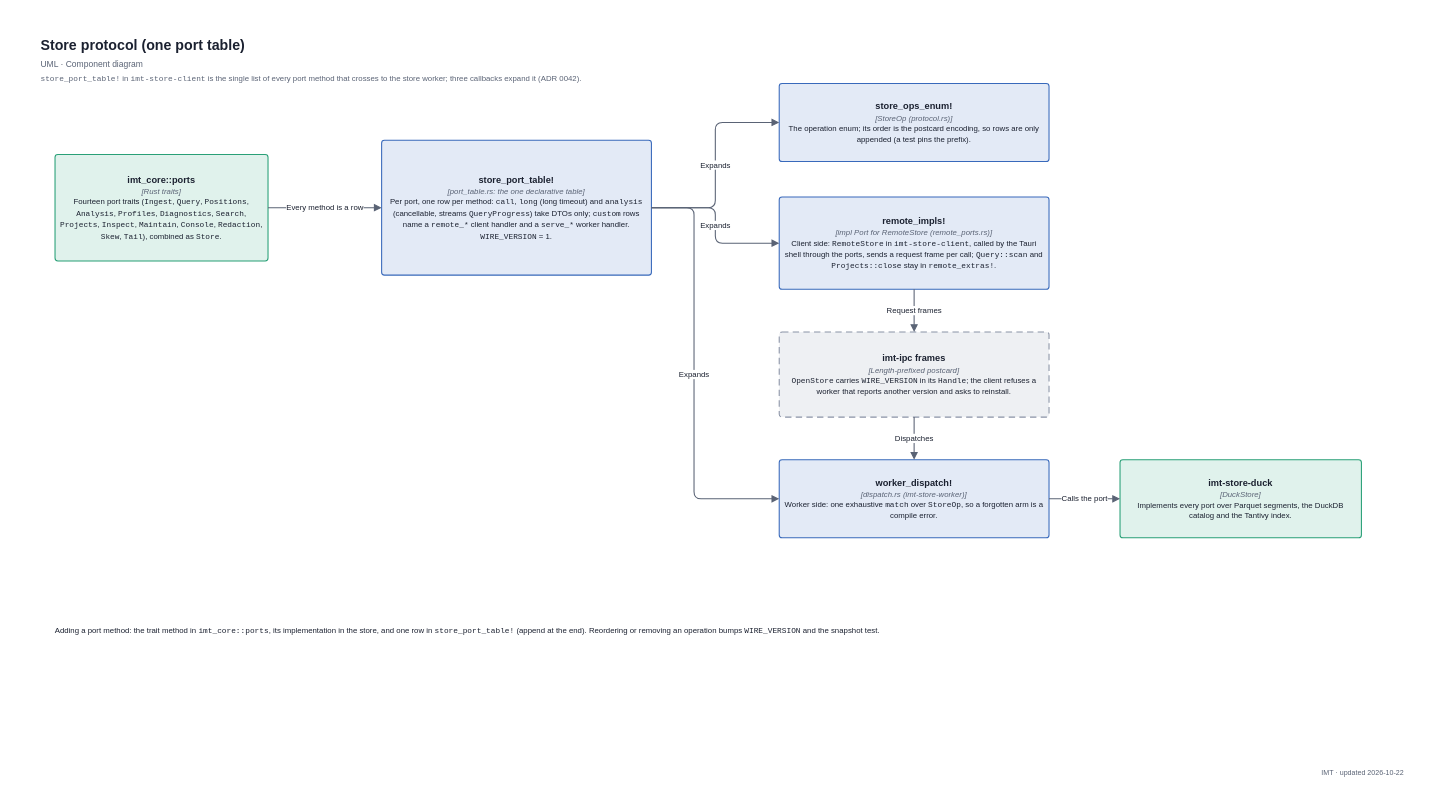
Above: docs/diagrams/uml-component-store-protocol.drawio in decryp7/integrated_maintenance_tool (draw.io), before the change. Source tidied: cells renumbered, new cells numbered last; positions are measured from the earlier drawing's top-left corner, leaving out a move shared by most shapes. Both pictures are drawn from the tidied source at 71%, with x=0, y=0 at pixel (12, 12).
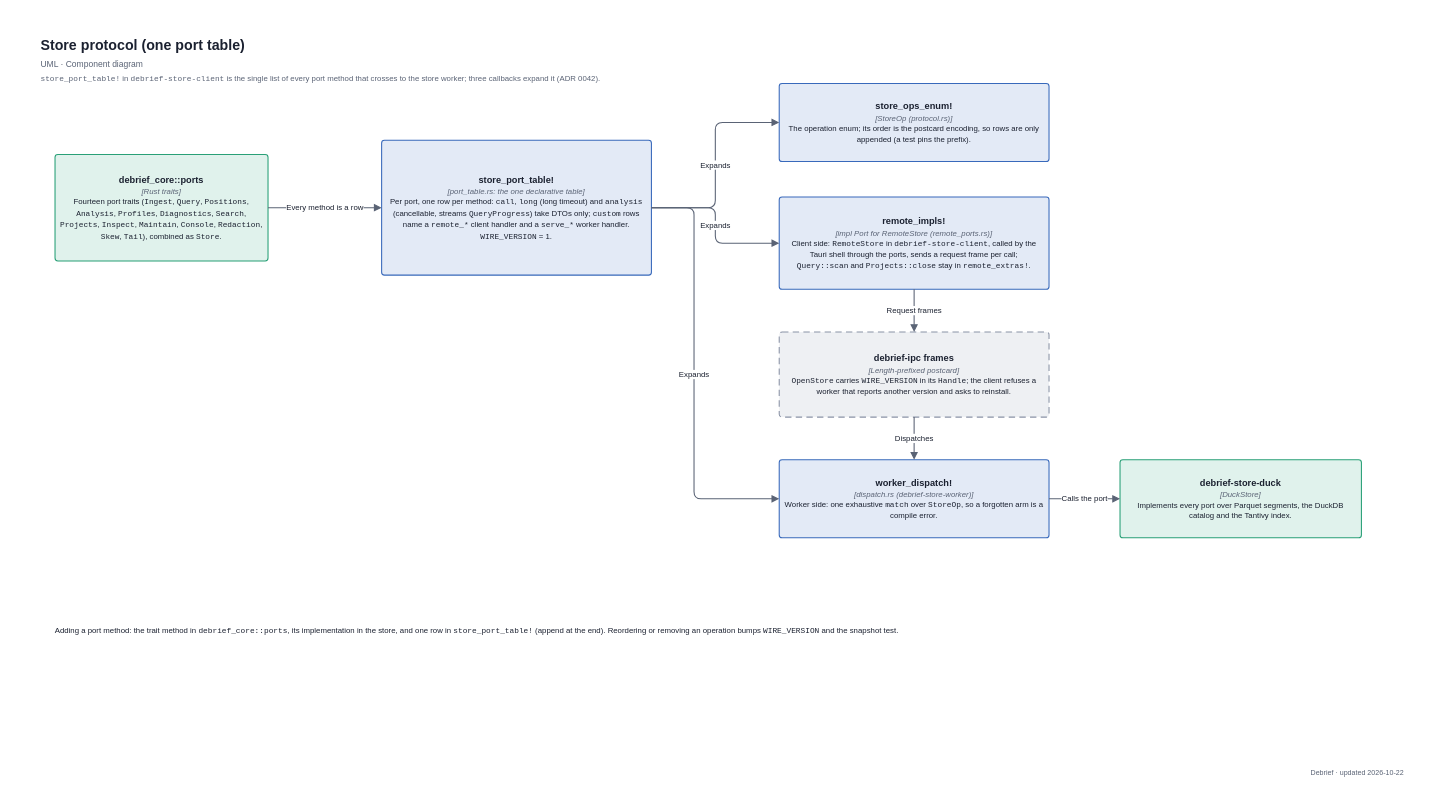
The same diagram, later.

The edit, as a diff of the source:
```diff
@@
-    <mxCell id="5" value="&lt;span style=&quot;font-size:11px;color:#5A6375&quot;&gt;&lt;span style=&quot;font-family:Consolas,Menlo,monospace;white-space:nowrap&quot;&gt;store_port_table!&lt;/span&gt; in &lt;span style=&quot;font-family:Consolas,Menlo,monospace;white-space:nowrap&quot;&gt;imt-store-client&lt;/span&gt; is the single list of every port method that crosses to the store worker; three callbacks expand it (ADR 0042).&lt;/span&gt;" style="fontFamily=Arial,Helvetica,sans-serif;html=1;whiteSpace=wrap;fontColor=#1B2130;fontSize=11;text;strokeColor=none;fillColor=none;align=left;verticalAlign=top;spacing=0;" parent="1" vertex="1">
+    <mxCell id="5" value="&lt;span style=&quot;font-size:11px;color:#5A6375&quot;&gt;&lt;span style=&quot;font-family:Consolas,Menlo,monospace;white-space:nowrap&quot;&gt;store_port_table!&lt;/span&gt; in &lt;span style=&quot;font-family:Consolas,Menlo,monospace;white-space:nowrap&quot;&gt;debrief-store-client&lt;/span&gt; is the single list of every port method that crosses to the store worker; three callbacks expand it (ADR 0042).&lt;/span&gt;" style="fontFamily=Arial,Helvetica,sans-serif;html=1;whiteSpace=wrap;fontColor=#1B2130;fontSize=11;text;strokeColor=none;fillColor=none;align=left;verticalAlign=top;spacing=0;" parent="1" vertex="1">
       <mxGeometry x="40" y="82" width="1500" height="18" as="geometry" />
     </mxCell>
-    <mxCell id="6" value="&lt;div style=&quot;line-height:1.35&quot;&gt;&lt;b style=&quot;font-size:13px&quot;&gt;imt_core::ports&lt;/b&gt;&lt;br&gt;&lt;i style=&quot;font-size:11px;color:#5A6375&quot;&gt;[Rust traits]&lt;/i&gt;&lt;br&gt;&lt;span style=&quot;font-size:11px&quot;&gt;Fourteen port traits (&lt;span style=&quot;font-family:Consolas,Menlo,monospace;white-space:nowrap&quot;&gt;Ingest&lt;/span&gt;, &lt;span style=&quot;font-family:Consolas,Menlo,monospace;white-space:nowrap&quot;&gt;Query&lt;/span&gt;, &lt;span style=&quot;font-family:Consolas,Menlo,monospace;white-space:nowrap&quot;&gt;Positions&lt;/span&gt;, &lt;span style=&quot;font-family:Consolas,Menlo,monospace;white-space:nowrap&quot;&gt;Analysis&lt;/span&gt;, &lt;span style=&quot;font-family:Consolas,Menlo,monospace;white-space:nowrap&quot;&gt;Profiles&lt;/span&gt;, &lt;span style=&quot;font-family:Consolas,Menlo,monospace;white-space:nowrap&quot;&gt;Diagnostics&lt;/span&gt;, &lt;span style=&quot;font-family:Consolas,Menlo,monospace;white-space:nowrap&quot;&gt;Search&lt;/span&gt;, &lt;span style=&quot;font-family:Consolas,Menlo,monospace;white-space:nowrap&quot;&gt;Projects&lt;/span&gt;, &lt;span style=&quot;font-family:Consolas,Menlo,monospace;white-space:nowrap&quot;&gt;Inspect&lt;/span&gt;, &lt;span style=&quot;font-family:Consolas,Menlo,monospace;white-space:nowrap&quot;&gt;Maintain&lt;/span&gt;, &lt;span style=&quot;font-family:Consolas,Menlo,monospace;white-space:nowrap&quot;&gt;Console&lt;/span&gt;, &lt;span style=&quot;font-family:Consolas,Menlo,monospace;white-space:nowrap&quot;&gt;Redaction&lt;/span&gt;, &lt;span style=&quot;font-family:Consolas,Menlo,monospace;white-space:nowrap&quot;&gt;Skew&lt;/span&gt;, &lt;span style=&quot;font-family:Consolas,Menlo,monospace;white-space:nowrap&quot;&gt;Tail&lt;/span&gt;), combined as &lt;span style=&quot;font-family:Consolas,Menlo,monospace;white-space:nowrap&quot;&gt;Store&lt;/span&gt;.&lt;/span&gt;&lt;/div&gt;" style="fontFamily=Arial,Helvetica,sans-serif;html=1;whiteSpace=wrap;fontColor=#1B2130;fontSize=11;rounded=1;arcSize=8;absoluteArcSize=1;strokeWidth=1.5;strokeColor=#29A077;fillColor=#E0F2EC;spacing=8;align=center;verticalAlign=middle;" parent="1" vertex="1">
+    <mxCell id="6" value="&lt;div style=&quot;line-height:1.35&quot;&gt;&lt;b style=&quot;font-size:13px&quot;&gt;debrief_core::ports&lt;/b&gt;&lt;br&gt;&lt;i style=&quot;font-size:11px;color:#5A6375&quot;&gt;[Rust traits]&lt;/i&gt;&lt;br&gt;&lt;span style=&quot;font-size:11px&quot;&gt;Fourteen port traits (&lt;span style=&quot;font-family:Consolas,Menlo,monospace;white-space:nowrap&quot;&gt;Ingest&lt;/span&gt;, &lt;span style=&quot;font-family:Consolas,Menlo,monospace;white-space:nowrap&quot;&gt;Query&lt;/span&gt;, &lt;span style=&quot;font-family:Consolas,Menlo,monospace;white-space:nowrap&quot;&gt;Positions&lt;/span&gt;, &lt;span style=&quot;font-family:Consolas,Menlo,monospace;white-space:nowrap&quot;&gt;Analysis&lt;/span&gt;, &lt;span style=&quot;font-family:Consolas,Menlo,monospace;white-space:nowrap&quot;&gt;Profiles&lt;/span&gt;, &lt;span style=&quot;font-family:Consolas,Menlo,monospace;white-space:nowrap&quot;&gt;Diagnostics&lt;/span&gt;, &lt;span style=&quot;font-family:Consolas,Menlo,monospace;white-space:nowrap&quot;&gt;Search&lt;/span&gt;, &lt;span style=&quot;font-family:Consolas,Menlo,monospace;white-space:nowrap&quot;&gt;Projects&lt;/span&gt;, &lt;span style=&quot;font-family:Consolas,Menlo,monospace;white-space:nowrap&quot;&gt;Inspect&lt;/span&gt;, &lt;span style=&quot;font-family:Consolas,Menlo,monospace;white-space:nowrap&quot;&gt;Maintain&lt;/span&gt;, &lt;span style=&quot;font-family:Consolas,Menlo,monospace;white-space:nowrap&quot;&gt;Console&lt;/span&gt;, &lt;span style=&quot;font-family:Consolas,Menlo,monospace;white-space:nowrap&quot;&gt;Redaction&lt;/span&gt;, &lt;span style=&quot;font-family:Consolas,Menlo,monospace;white-space:nowrap&quot;&gt;Skew&lt;/span&gt;, &lt;span style=&quot;font-family:Consolas,Menlo,monospace;white-space:nowrap&quot;&gt;Tail&lt;/span&gt;), combined as &lt;span style=&quot;font-family:Consolas,Menlo,monospace;white-space:nowrap&quot;&gt;Store&lt;/span&gt;.&lt;/span&gt;&lt;/div&gt;" style="fontFamily=Arial,Helvetica,sans-serif;html=1;whiteSpace=wrap;fontColor=#1B2130;fontSize=11;rounded=1;arcSize=8;absoluteArcSize=1;strokeWidth=1.5;strokeColor=#29A077;fillColor=#E0F2EC;spacing=8;align=center;verticalAlign=middle;" parent="1" vertex="1">
       <mxGeometry x="60" y="200" width="300" height="150" as="geometry" />
     </mxCell>
@@
-    <mxCell id="9" value="&lt;div style=&quot;line-height:1.35&quot;&gt;&lt;b style=&quot;font-size:13px&quot;&gt;remote_impls!&lt;/b&gt;&lt;br&gt;&lt;i style=&quot;font-size:11px;color:#5A6375&quot;&gt;[impl Port for RemoteStore (remote_ports.rs)]&lt;/i&gt;&lt;br&gt;&lt;span style=&quot;font-size:11px&quot;&gt;Client side: &lt;span style=&quot;font-family:Consolas,Menlo,monospace;white-space:nowrap&quot;&gt;RemoteStore&lt;/span&gt; in &lt;span style=&quot;font-family:Consolas,Menlo,monospace;white-space:nowrap&quot;&gt;imt-store-client&lt;/span&gt;, called by the Tauri shell through the ports, sends a request frame per call; &lt;span style=&quot;font-family:Consolas,Menlo,monospace;white-space:nowrap&quot;&gt;Query::scan&lt;/span&gt; and &lt;span style=&quot;font-family:Consolas,Menlo,monospace;white-space:nowrap&quot;&gt;Projects::close&lt;/span&gt; stay in &lt;span style=&quot;font-family:Consolas,Menlo,monospace;white-space:nowrap&quot;&gt;remote_extras!&lt;/span&gt;.&lt;/span&gt;&lt;/div&gt;" style="fontFamily=Arial,Helvetica,sans-serif;html=1;whiteSpace=wrap;fontColor=#1B2130;fontSize=11;rounded=1;arcSize=8;absoluteArcSize=1;strokeWidth=1.5;strokeColor=#3869BB;fillColor=#E3EAF6;spacing=8;align=center;verticalAlign=middle;" parent="1" vertex="1">
+    <mxCell id="9" value="&lt;div style=&quot;line-height:1.35&quot;&gt;&lt;b style=&quot;font-size:13px&quot;&gt;remote_impls!&lt;/b&gt;&lt;br&gt;&lt;i style=&quot;font-size:11px;color:#5A6375&quot;&gt;[impl Port for RemoteStore (remote_ports.rs)]&lt;/i&gt;&lt;br&gt;&lt;span style=&quot;font-size:11px&quot;&gt;Client side: &lt;span style=&quot;font-family:Consolas,Menlo,monospace;white-space:nowrap&quot;&gt;RemoteStore&lt;/span&gt; in &lt;span style=&quot;font-family:Consolas,Menlo,monospace;white-space:nowrap&quot;&gt;debrief-store-client&lt;/span&gt;, called by the Tauri shell through the ports, sends a request frame per call; &lt;span style=&quot;font-family:Consolas,Menlo,monospace;white-space:nowrap&quot;&gt;Query::scan&lt;/span&gt; and &lt;span style=&quot;font-family:Consolas,Menlo,monospace;white-space:nowrap&quot;&gt;Projects::close&lt;/span&gt; stay in &lt;span style=&quot;font-family:Consolas,Menlo,monospace;white-space:nowrap&quot;&gt;remote_extras!&lt;/span&gt;.&lt;/span&gt;&lt;/div&gt;" style="fontFamily=Arial,Helvetica,sans-serif;html=1;whiteSpace=wrap;fontColor=#1B2130;fontSize=11;rounded=1;arcSize=8;absoluteArcSize=1;strokeWidth=1.5;strokeColor=#3869BB;fillColor=#E3EAF6;spacing=8;align=center;verticalAlign=middle;" parent="1" vertex="1">
       <mxGeometry x="1080" y="260" width="380" height="130" as="geometry" />
     </mxCell>
-    <mxCell id="10" value="&lt;div style=&quot;line-height:1.35&quot;&gt;&lt;b style=&quot;font-size:13px&quot;&gt;imt-ipc frames&lt;/b&gt;&lt;br&gt;&lt;i style=&quot;font-size:11px;color:#5A6375&quot;&gt;[Length-prefixed postcard]&lt;/i&gt;&lt;br&gt;&lt;span style=&quot;font-size:11px&quot;&gt;&lt;span style=&quot;font-family:Consolas,Menlo,monospace;white-space:nowrap&quot;&gt;OpenStore&lt;/span&gt; carries &lt;span style=&quot;font-family:Consolas,Menlo,monospace;white-space:nowrap&quot;&gt;WIRE_VERSION&lt;/span&gt; in its &lt;span style=&quot;font-family:Consolas,Menlo,monospace;white-space:nowrap&quot;&gt;Handle&lt;/span&gt;; the client refuses a worker that reports another version and asks to reinstall.&lt;/span&gt;&lt;/div&gt;" style="fontFamily=Arial,Helvetica,sans-serif;html=1;whiteSpace=wrap;fontColor=#1B2130;fontSize=11;rounded=1;arcSize=8;absoluteArcSize=1;strokeWidth=1.5;strokeColor=#8A93A6;fillColor=#EEF0F3;spacing=8;align=center;verticalAlign=middle;dashed=1;dashPattern=6 4;" parent="1" vertex="1">
+    <mxCell id="10" value="&lt;div style=&quot;line-height:1.35&quot;&gt;&lt;b style=&quot;font-size:13px&quot;&gt;debrief-ipc frames&lt;/b&gt;&lt;br&gt;&lt;i style=&quot;font-size:11px;color:#5A6375&quot;&gt;[Length-prefixed postcard]&lt;/i&gt;&lt;br&gt;&lt;span style=&quot;font-size:11px&quot;&gt;&lt;span style=&quot;font-family:Consolas,Menlo,monospace;white-space:nowrap&quot;&gt;OpenStore&lt;/span&gt; carries &lt;span style=&quot;font-family:Consolas,Menlo,monospace;white-space:nowrap&quot;&gt;WIRE_VERSION&lt;/span&gt; in its &lt;span style=&quot;font-family:Consolas,Menlo,monospace;white-space:nowrap&quot;&gt;Handle&lt;/span&gt;; the client refuses a worker that reports another version and asks to reinstall.&lt;/span&gt;&lt;/div&gt;" style="fontFamily=Arial,Helvetica,sans-serif;html=1;whiteSpace=wrap;fontColor=#1B2130;fontSize=11;rounded=1;arcSize=8;absoluteArcSize=1;strokeWidth=1.5;strokeColor=#8A93A6;fillColor=#EEF0F3;spacing=8;align=center;verticalAlign=middle;dashed=1;dashPattern=6 4;" parent="1" vertex="1">
       <mxGeometry x="1080" y="450" width="380" height="120" as="geometry" />
     </mxCell>
-    <mxCell id="11" value="&lt;div style=&quot;line-height:1.35&quot;&gt;&lt;b style=&quot;font-size:13px&quot;&gt;worker_dispatch!&lt;/b&gt;&lt;br&gt;&lt;i style=&quot;font-size:11px;color:#5A6375&quot;&gt;[dispatch.rs (imt-store-worker)]&lt;/i&gt;&lt;br&gt;&lt;span style=&quot;font-size:11px&quot;&gt;Worker side: one exhaustive &lt;span style=&quot;font-family:Consolas,Menlo,monospace;white-space:nowrap&quot;&gt;match&lt;/span&gt; over &lt;span style=&quot;font-family:Consolas,Menlo,monospace;white-space:nowrap&quot;&gt;StoreOp&lt;/span&gt;, so a forgotten arm is a compile error.&lt;/span&gt;&lt;/div&gt;" style="fontFamily=Arial,Helvetica,sans-serif;html=1;whiteSpace=wrap;fontColor=#1B2130;fontSize=11;rounded=1;arcSize=8;absoluteArcSize=1;strokeWidth=1.5;strokeColor=#3869BB;fillColor=#E3EAF6;spacing=8;align=center;verticalAlign=middle;" parent="1" vertex="1">
+    <mxCell id="11" value="&lt;div style=&quot;line-height:1.35&quot;&gt;&lt;b style=&quot;font-size:13px&quot;&gt;worker_dispatch!&lt;/b&gt;&lt;br&gt;&lt;i style=&quot;font-size:11px;color:#5A6375&quot;&gt;[dispatch.rs (debrief-store-worker)]&lt;/i&gt;&lt;br&gt;&lt;span style=&quot;font-size:11px&quot;&gt;Worker side: one exhaustive &lt;span style=&quot;font-family:Consolas,Menlo,monospace;white-space:nowrap&quot;&gt;match&lt;/span&gt; over &lt;span style=&quot;font-family:Consolas,Menlo,monospace;white-space:nowrap&quot;&gt;StoreOp&lt;/span&gt;, so a forgotten arm is a compile error.&lt;/span&gt;&lt;/div&gt;" style="fontFamily=Arial,Helvetica,sans-serif;html=1;whiteSpace=wrap;fontColor=#1B2130;fontSize=11;rounded=1;arcSize=8;absoluteArcSize=1;strokeWidth=1.5;strokeColor=#3869BB;fillColor=#E3EAF6;spacing=8;align=center;verticalAlign=middle;" parent="1" vertex="1">
       <mxGeometry x="1080" y="630" width="380" height="110" as="geometry" />
     </mxCell>
-    <mxCell id="12" value="&lt;div style=&quot;line-height:1.35&quot;&gt;&lt;b style=&quot;font-size:13px&quot;&gt;imt-store-duck&lt;/b&gt;&lt;br&gt;&lt;i style=&quot;font-size:11px;color:#5A6375&quot;&gt;[DuckStore]&lt;/i&gt;&lt;br&gt;&lt;span style=&quot;font-size:11px&quot;&gt;Implements every port over Parquet segments, the DuckDB catalog and the Tantivy index.&lt;/span&gt;&lt;/div&gt;" style="fontFamily=Arial,Helvetica,sans-serif;html=1;whiteSpace=wrap;fontColor=#1B2130;fontSize=11;rounded=1;arcSize=8;absoluteArcSize=1;strokeWidth=1.5;strokeColor=#29A077;fillColor=#E0F2EC;spacing=8;align=center;verticalAlign=middle;" parent="1" vertex="1">
+    <mxCell id="12" value="&lt;div style=&quot;line-height:1.35&quot;&gt;&lt;b style=&quot;font-size:13px&quot;&gt;debrief-store-duck&lt;/b&gt;&lt;br&gt;&lt;i style=&quot;font-size:11px;color:#5A6375&quot;&gt;[DuckStore]&lt;/i&gt;&lt;br&gt;&lt;span style=&quot;font-size:11px&quot;&gt;Implements every port over Parquet segments, the DuckDB catalog and the Tantivy index.&lt;/span&gt;&lt;/div&gt;" style="fontFamily=Arial,Helvetica,sans-serif;html=1;whiteSpace=wrap;fontColor=#1B2130;fontSize=11;rounded=1;arcSize=8;absoluteArcSize=1;strokeWidth=1.5;strokeColor=#29A077;fillColor=#E0F2EC;spacing=8;align=center;verticalAlign=middle;" parent="1" vertex="1">
       <mxGeometry x="1560" y="630" width="340" height="110" as="geometry" />
     </mxCell>
@@
-    <mxCell id="20" value="&lt;span style=&quot;font-size:11px;color:#1B2130&quot;&gt;Adding a port method: the trait method in &lt;span style=&quot;font-family:Consolas,Menlo,monospace;white-space:nowrap&quot;&gt;imt_core::ports&lt;/span&gt;, its implementation in the store, and one row in &lt;span style=&quot;font-family:Consolas,Menlo,monospace;white-space:nowrap&quot;&gt;store_port_table!&lt;/span&gt; (append at the end). Reordering or removing an operation bumps &lt;span style=&quot;font-family:Consolas,Menlo,monospace;white-space:nowrap&quot;&gt;WIRE_VERSION&lt;/span&gt; and the snapshot test.&lt;/span&gt;" style="fontFamily=Arial,Helvetica,sans-serif;html=1;whiteSpace=wrap;fontColor=#1B2130;fontSize=11;text;strokeColor=none;fillColor=none;align=left;verticalAlign=top;spacing=0;" parent="1" vertex="1">
+    <mxCell id="20" value="&lt;span style=&quot;font-size:11px;color:#1B2130&quot;&gt;Adding a port method: the trait method in &lt;span style=&quot;font-family:Consolas,Menlo,monospace;white-space:nowrap&quot;&gt;debrief_core::ports&lt;/span&gt;, its implementation in the store, and one row in &lt;span style=&quot;font-family:Consolas,Menlo,monospace;white-space:nowrap&quot;&gt;store_port_table!&lt;/span&gt; (append at the end). Reordering or removing an operation bumps &lt;span style=&quot;font-family:Consolas,Menlo,monospace;white-space:nowrap&quot;&gt;WIRE_VERSION&lt;/span&gt; and the snapshot test.&lt;/span&gt;" style="fontFamily=Arial,Helvetica,sans-serif;html=1;whiteSpace=wrap;fontColor=#1B2130;fontSize=11;text;strokeColor=none;fillColor=none;align=left;verticalAlign=top;spacing=0;" parent="1" vertex="1">
       <mxGeometry x="60" y="860" width="1500" height="60" as="geometry" />
     </mxCell>
-    <mxCell id="21" value="&lt;span style=&quot;font-size:10px;color:#5A6375&quot;&gt;IMT · updated 2026-10-22&lt;/span&gt;" style="fontFamily=Arial,Helvetica,sans-serif;html=1;whiteSpace=wrap;fontColor=#1B2130;fontSize=11;text;strokeColor=none;fillColor=none;align=left;verticalAlign=top;spacing=0;align=right;" parent="1" vertex="1">
+    <mxCell id="21" value="&lt;span style=&quot;font-size:10px;color:#5A6375&quot;&gt;Debrief · updated 2026-10-22&lt;/span&gt;" style="fontFamily=Arial,Helvetica,sans-serif;html=1;whiteSpace=wrap;fontColor=#1B2130;fontSize=11;text;strokeColor=none;fillColor=none;align=left;verticalAlign=top;spacing=0;align=right;" parent="1" vertex="1">
       <mxGeometry x="1740" y="1060" width="220" height="18" as="geometry" />
     </mxCell>
```
